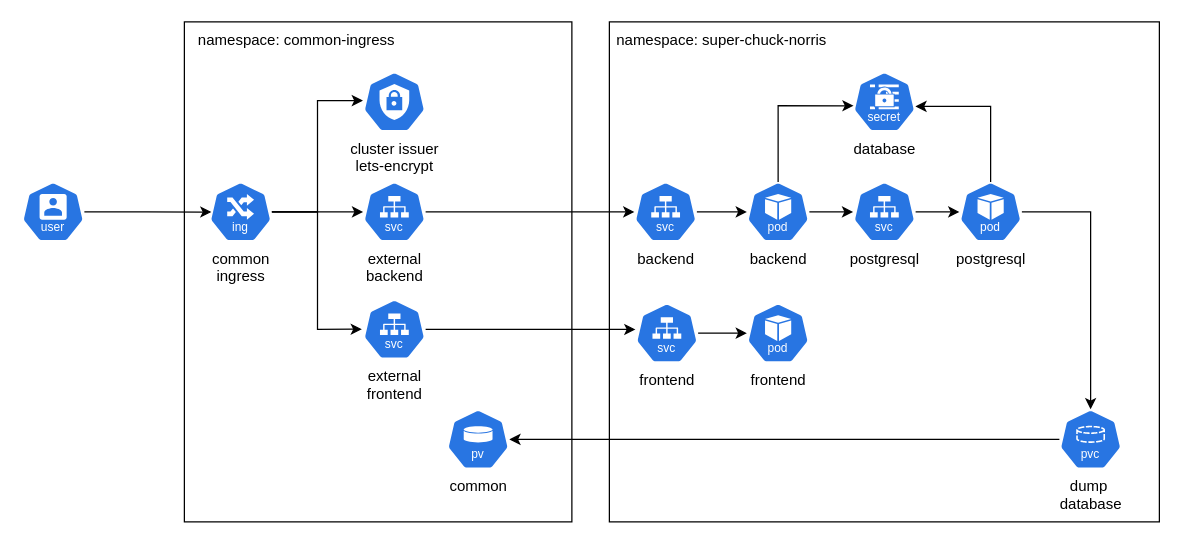
Earlier version of the draw.io diagram drawio/k8s.drawio (filhype-organization/super-chuck-norris-doc). Source tidied: cells renumbered, new cells numbered last; positions are measured from the earlier drawing's top-left corner, leaving out a move shared by most shapes. Both pictures are drawn from the tidied source at 125%, with x=0, y=0 at pixel (21, 21).
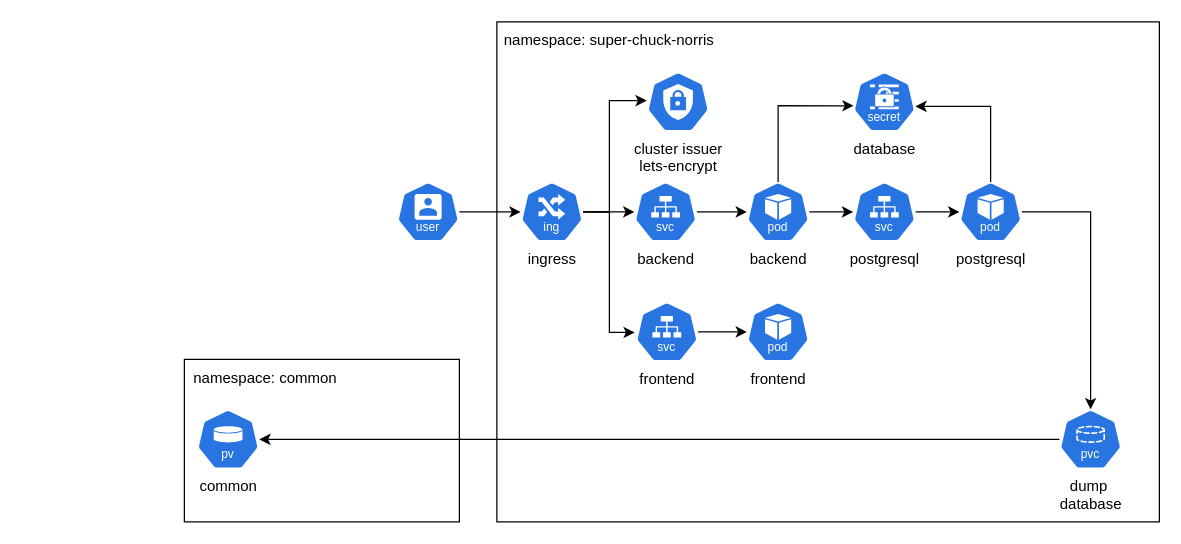
The same diagram, later.

Commit message (it also covers changes not shown here):
put ingress inside each namespace

The change refers to these unchanged cells:
```xml
<mxCell id="9" value="backend" style="sketch=0;html=1;dashed=0;whitespace=wrap;verticalLabelPosition=bottom;verticalAlign=top;fillColor=#2875E2;strokeColor=#ffffff;points=[[0.005,0.63,0],[0.1,0.2,0],[0.9,0.2,0],[0.5,0,0],[0.995,0.63,0],[0.72,0.99,0],[0.5,1,0],[0.28,0.99,0]];shape=mxgraph.kubernetes.icon2;kubernetesLabel=1;prIcon=svc;" parent="1" vertex="1">
  <mxGeometry x="490" y="128" width="50" height="48" as="geometry" />
</mxCell>
```

The edit, as a diff of the source:
```diff
@@
     <mxCell id="2" style="rounded=0;whiteSpace=wrap;html=1;" parent="1" vertex="1">
-      <mxGeometry x="470" width="440" height="400" as="geometry" />
+      <mxGeometry x="380" width="530" height="400" as="geometry" />
     </mxCell>
     <mxCell id="3" value="namespace: super-chuck-norris" style="text;html=1;align=center;verticalAlign=middle;whiteSpace=wrap;rounded=0;" parent="1" vertex="1">
-      <mxGeometry x="470" width="180" height="30" as="geometry" />
+      <mxGeometry x="380" width="180" height="30" as="geometry" />
     </mxCell>
     <mxCell id="4" style="rounded=0;whiteSpace=wrap;html=1;" parent="1" vertex="1">
-      <mxGeometry x="130" width="310" height="400" as="geometry" />
+      <mxGeometry x="130" y="270" width="220" height="130" as="geometry" />
     </mxCell>
-    <mxCell id="5" value="namespace: common-ingress" style="text;html=1;align=center;verticalAlign=middle;whiteSpace=wrap;rounded=0;" parent="1" vertex="1">
-      <mxGeometry x="130" width="180" height="30" as="geometry" />
+    <mxCell id="5" value="namespace: common" style="text;html=1;align=center;verticalAlign=middle;whiteSpace=wrap;rounded=0;" parent="1" vertex="1">
+      <mxGeometry x="130" y="270" width="130" height="30" as="geometry" />
     </mxCell>
@@
     <mxCell id="11" value="common" style="sketch=0;html=1;dashed=0;whitespace=wrap;verticalLabelPosition=bottom;verticalAlign=top;fillColor=#2875E2;strokeColor=#ffffff;points=[[0.005,0.63,0],[0.1,0.2,0],[0.9,0.2,0],[0.5,0,0],[0.995,0.63,0],[0.72,0.99,0],[0.5,1,0],[0.28,0.99,0]];shape=mxgraph.kubernetes.icon2;kubernetesLabel=1;prIcon=pv;" parent="1" vertex="1">
-      <mxGeometry x="340" y="310" width="50" height="48" as="geometry" />
+      <mxGeometry x="140" y="310" width="50" height="48" as="geometry" />
     </mxCell>
@@
-    <mxCell id="20" style="edgeStyle=orthogonalEdgeStyle;rounded=0;jettySize=auto;html=1;" parent="1" edge="1" source="21" target="23">
-      <mxGeometry relative="1" as="geometry" />
-    </mxCell>
+    <mxCell id="34" style="edgeStyle=orthogonalEdgeStyle;rounded=0;jettySize=auto;html=1;" parent="1" edge="1" source="21" target="9">
+      <mxGeometry relative="1" as="geometry" />
+    </mxCell>
-    <mxCell id="21" value="common&lt;div&gt;ingress&lt;/div&gt;" style="sketch=0;html=1;dashed=0;whitespace=wrap;verticalLabelPosition=bottom;verticalAlign=top;fillColor=#2875E2;strokeColor=#ffffff;points=[[0.005,0.63,0],[0.1,0.2,0],[0.9,0.2,0],[0.5,0,0],[0.995,0.63,0],[0.72,0.99,0],[0.5,1,0],[0.28,0.99,0]];shape=mxgraph.kubernetes.icon2;kubernetesLabel=1;prIcon=ing;" parent="1" vertex="1">
-      <mxGeometry x="150" y="128" width="50" height="48" as="geometry" />
+    <mxCell id="21" value="&lt;div&gt;ingress&lt;/div&gt;" style="sketch=0;html=1;dashed=0;whitespace=wrap;verticalLabelPosition=bottom;verticalAlign=top;fillColor=#2875E2;strokeColor=#ffffff;points=[[0.005,0.63,0],[0.1,0.2,0],[0.9,0.2,0],[0.5,0,0],[0.995,0.63,0],[0.72,0.99,0],[0.5,1,0],[0.28,0.99,0]];shape=mxgraph.kubernetes.icon2;kubernetesLabel=1;prIcon=ing;" parent="1" vertex="1">
+      <mxGeometry x="399" y="128" width="50" height="48" as="geometry" />
     </mxCell>
-    <mxCell id="22" style="edgeStyle=orthogonalEdgeStyle;rounded=0;jettySize=auto;html=1;" parent="1" edge="1" source="23" target="9">
-      <mxGeometry relative="1" as="geometry" />
-    </mxCell>
-    <mxCell id="23" value="&lt;div&gt;external&lt;/div&gt;backend" style="sketch=0;html=1;dashed=0;whitespace=wrap;verticalLabelPosition=bottom;verticalAlign=top;fillColor=#2875E2;strokeColor=#ffffff;points=[[0.005,0.63,0],[0.1,0.2,0],[0.9,0.2,0],[0.5,0,0],[0.995,0.63,0],[0.72,0.99,0],[0.5,1,0],[0.28,0.99,0]];shape=mxgraph.kubernetes.icon2;kubernetesLabel=1;prIcon=svc;" parent="1" vertex="1">
-      <mxGeometry x="273" y="128" width="50" height="48" as="geometry" />
-    </mxCell>
@@
     <mxCell id="25" value="frontend" style="sketch=0;html=1;dashed=0;whitespace=wrap;verticalLabelPosition=bottom;verticalAlign=top;fillColor=#2875E2;strokeColor=#ffffff;points=[[0.005,0.63,0],[0.1,0.2,0],[0.9,0.2,0],[0.5,0,0],[0.995,0.63,0],[0.72,0.99,0],[0.5,1,0],[0.28,0.99,0]];shape=mxgraph.kubernetes.icon2;kubernetesLabel=1;prIcon=svc;" parent="1" vertex="1">
-      <mxGeometry x="491" y="225" width="50" height="48" as="geometry" />
+      <mxGeometry x="491" y="224" width="50" height="48" as="geometry" />
     </mxCell>
     <mxCell id="26" value="frontend" style="sketch=0;html=1;dashed=0;whitespace=wrap;verticalLabelPosition=bottom;verticalAlign=top;fillColor=#2875E2;strokeColor=#ffffff;points=[[0.005,0.63,0],[0.1,0.2,0],[0.9,0.2,0],[0.5,0,0],[0.995,0.63,0],[0.72,0.99,0],[0.5,1,0],[0.28,0.99,0]];shape=mxgraph.kubernetes.icon2;kubernetesLabel=1;prIcon=pod;" parent="1" vertex="1">
-      <mxGeometry x="580" y="225" width="50" height="48" as="geometry" />
+      <mxGeometry x="580" y="224" width="50" height="48" as="geometry" />
     </mxCell>
+    <mxCell id="33" style="edgeStyle=orthogonalEdgeStyle;rounded=0;jettySize=auto;html=1;" parent="1" edge="1" source="27" target="21">
+      <mxGeometry relative="1" as="geometry" />
+    </mxCell>
     <mxCell id="27" style="sketch=0;html=1;dashed=0;whitespace=wrap;verticalLabelPosition=bottom;verticalAlign=top;fillColor=#2875E2;strokeColor=#ffffff;points=[[0.005,0.63,0],[0.1,0.2,0],[0.9,0.2,0],[0.5,0,0],[0.995,0.63,0],[0.72,0.99,0],[0.5,1,0],[0.28,0.99,0]];shape=mxgraph.kubernetes.icon2;kubernetesLabel=1;prIcon=user;" parent="1" vertex="1">
-      <mxGeometry y="128" width="50" height="48" as="geometry" />
+      <mxGeometry x="300" y="128" width="50" height="48" as="geometry" />
     </mxCell>
-    <mxCell id="28" value="&lt;div&gt;external&lt;/div&gt;frontend" style="sketch=0;html=1;dashed=0;whitespace=wrap;verticalLabelPosition=bottom;verticalAlign=top;fillColor=#2875E2;strokeColor=#ffffff;points=[[0.005,0.63,0],[0.1,0.2,0],[0.9,0.2,0],[0.5,0,0],[0.995,0.63,0],[0.72,0.99,0],[0.5,1,0],[0.28,0.99,0]];shape=mxgraph.kubernetes.icon2;kubernetesLabel=1;prIcon=svc;" parent="1" vertex="1">
-      <mxGeometry x="273" y="222" width="50" height="48" as="geometry" />
-    </mxCell>
-    <mxCell id="29" style="edgeStyle=orthogonalEdgeStyle;rounded=0;jettySize=auto;html=1;entryX=-0.02;entryY=0.497;entryDx=0;entryDy=0;entryPerimeter=0;" parent="1" edge="1" source="21" target="28">
-      <mxGeometry relative="1" as="geometry" />
-    </mxCell>
     <mxCell id="30" value="cluster issuer&lt;div&gt;lets-encrypt&lt;/div&gt;" style="sketch=0;html=1;dashed=0;whitespace=wrap;verticalLabelPosition=bottom;verticalAlign=top;fillColor=#2875E2;strokeColor=#ffffff;points=[[0.005,0.63,0],[0.1,0.2,0],[0.9,0.2,0],[0.5,0,0],[0.995,0.63,0],[0.72,0.99,0],[0.5,1,0],[0.28,0.99,0]];shape=mxgraph.kubernetes.icon2;prIcon=c_role;" parent="1" vertex="1">
-      <mxGeometry x="273" y="40" width="50" height="48" as="geometry" />
+      <mxGeometry x="500" y="40" width="50" height="48" as="geometry" />
     </mxCell>
     <mxCell id="31" style="edgeStyle=orthogonalEdgeStyle;rounded=0;jettySize=auto;html=1;entryX=-0.003;entryY=0.479;entryDx=0;entryDy=0;entryPerimeter=0;" parent="1" edge="1" source="21" target="30">
-      <mxGeometry relative="1" as="geometry" />
+      <mxGeometry relative="1" as="geometry">
+        <Array as="points">
+          <mxPoint x="470" y="152" />
+          <mxPoint x="470" y="63" />
+        </Array>
+      </mxGeometry>
     </mxCell>
-    <mxCell id="32" style="edgeStyle=orthogonalEdgeStyle;rounded=0;jettySize=auto;html=1;entryX=-0.003;entryY=0.438;entryDx=0;entryDy=0;entryPerimeter=0;" parent="1" edge="1" source="28" target="25">
-      <mxGeometry relative="1" as="geometry" />
-    </mxCell>
-    <mxCell id="33" style="edgeStyle=orthogonalEdgeStyle;rounded=0;jettySize=auto;html=1;entryX=0.033;entryY=0.503;entryDx=0;entryDy=0;entryPerimeter=0;" parent="1" edge="1" source="27" target="21">
-      <mxGeometry relative="1" as="geometry" />
-    </mxCell>
+    <mxCell id="35" style="edgeStyle=orthogonalEdgeStyle;rounded=0;jettySize=auto;html=1;entryX=-0.014;entryY=0.509;entryDx=0;entryDy=0;entryPerimeter=0;" parent="1" edge="1" source="21" target="25">
+      <mxGeometry relative="1" as="geometry">
+        <Array as="points">
+          <mxPoint x="470" y="152" />
+          <mxPoint x="470" y="248" />
+        </Array>
+      </mxGeometry>
+    </mxCell>
```
